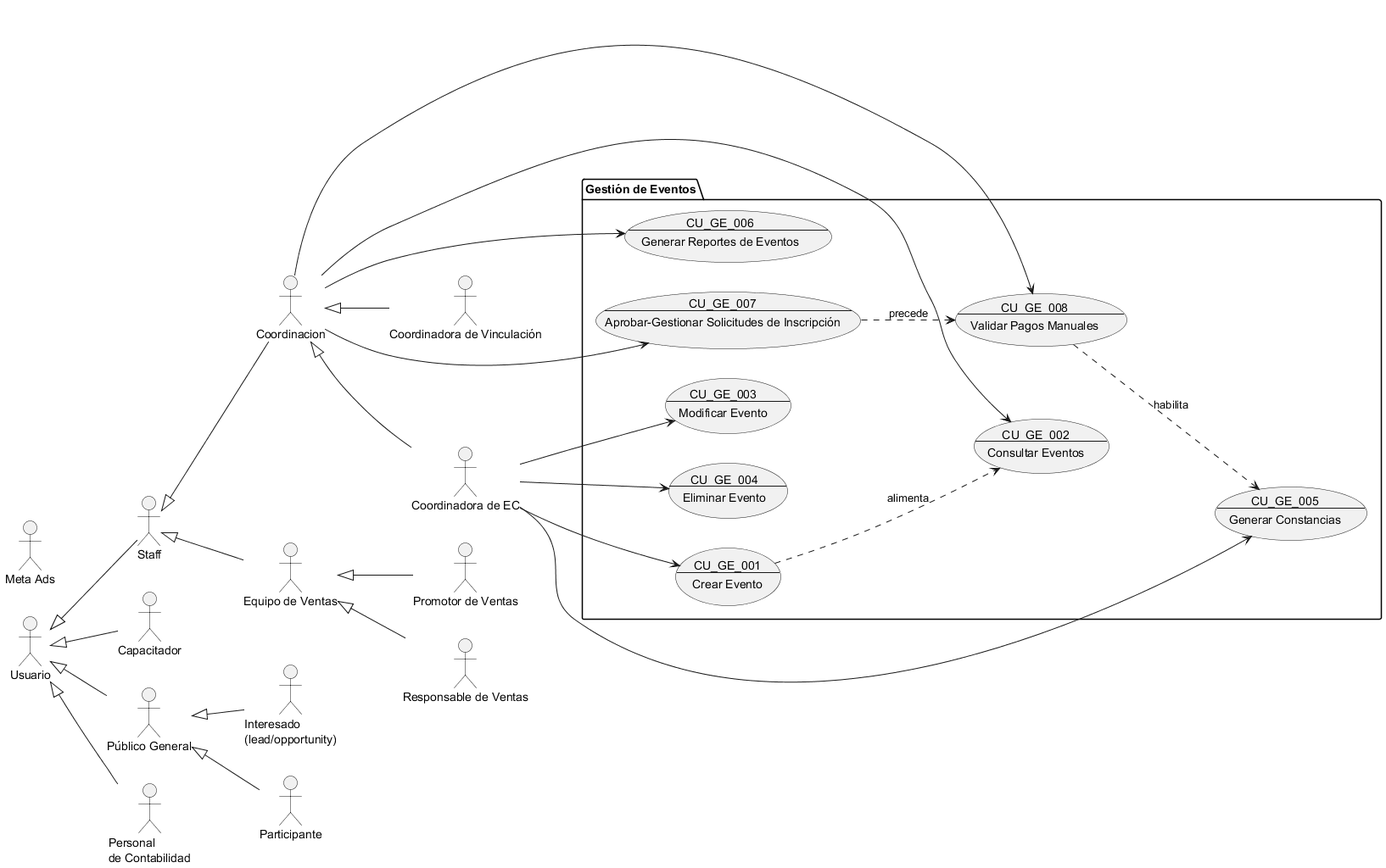
Above: Docs/Requerimientos/Diagramas/img/Gestión de Eventos.png in Proyectos-Vinculacion-FMAT/ECFCA (PlantUML), before the change. Source of this version:
```plantuml
@startuml Gestión de Eventos

!include Actores.puml

package "Gestión de Eventos" {

    usecase CU_GE_001 as "
    CU_GE_001
    ---
    Crear Evento
    "
    usecase CU_GE_002 as "
    CU_GE_002
    ---
    Consultar Eventos
    "
    usecase CU_GE_003 as "
    CU_GE_003
    ---
    Modificar Evento
    "
    usecase CU_GE_004 as "
    CU_GE_004
    ---
    Eliminar Evento
    "

    usecase CU_GE_007 as "
    CU_GE_007
    ---
    Aprobar-Gestionar Solicitudes de Inscripción
    "
    usecase CU_GE_008 as "
    CU_GE_008
    ---
    Validar Pagos Manuales
    "

    usecase CU_GE_005 as "
    CU_GE_005
    ---
    Generar Constancias
    "
    usecase CU_GE_006 as "
    CU_GE_006
    ---
    Generar Reportes de Eventos
    "
}

coordinadora_ec --> CU_GE_001
Coordinacion --> CU_GE_002
coordinadora_ec --> CU_GE_003
coordinadora_ec --> CU_GE_004

Coordinacion --> CU_GE_007
Coordinacion --> CU_GE_008

coordinadora_ec --> CU_GE_005
Coordinacion --> CU_GE_006

CU_GE_001 ..> CU_GE_002 : alimenta
CU_GE_007 ..> CU_GE_008 : precede
CU_GE_008 ..> CU_GE_005 : habilita

@enduml
```
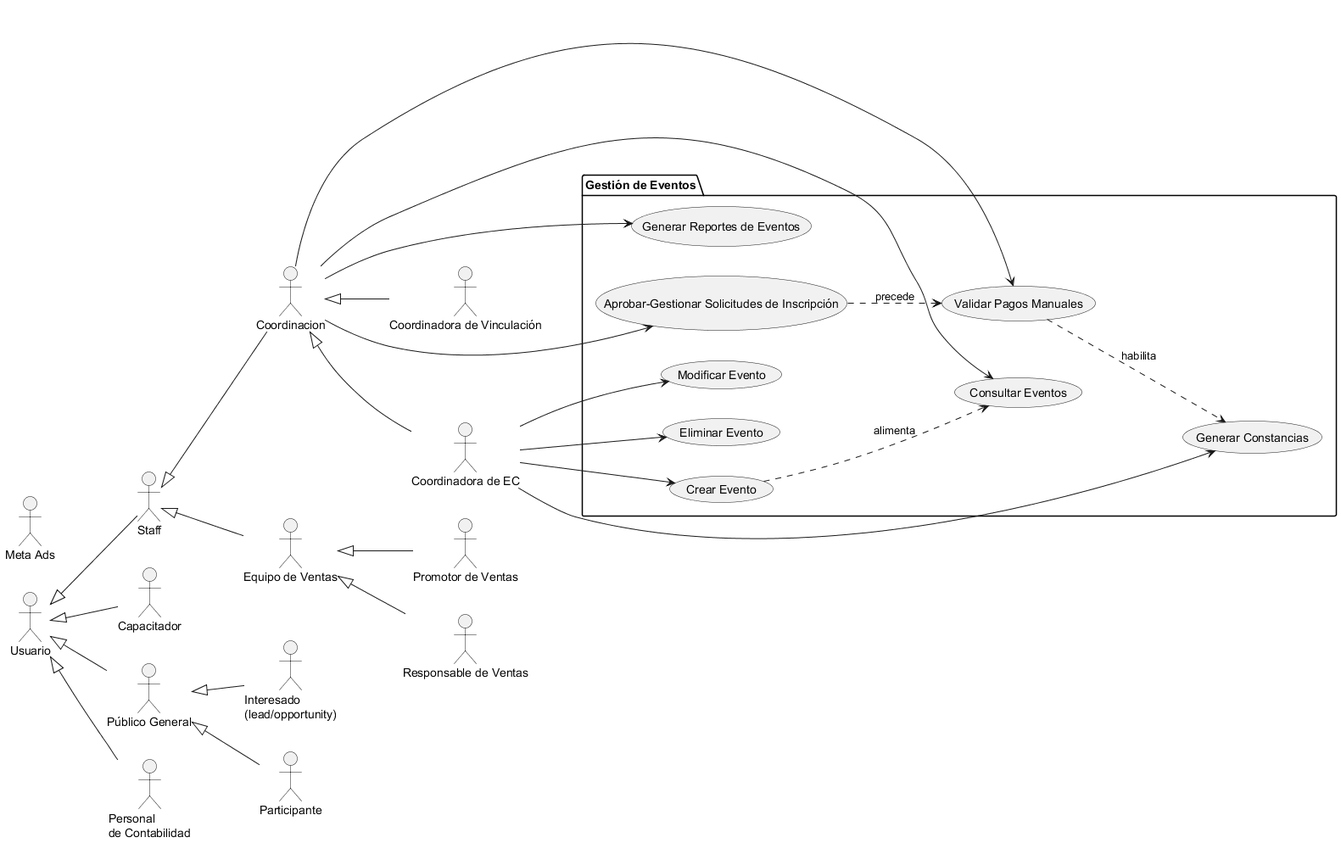
The same file after the commit.

Diff of the diagram source:
```diff
@@ -4,48 +4,16 @@
 
 package "Gestión de Eventos" {
 
-    usecase CU_GE_001 as "
-    CU_GE_001
-    ---
-    Crear Evento
-    "
-    usecase CU_GE_002 as "
-    CU_GE_002
-    ---
-    Consultar Eventos
-    "
-    usecase CU_GE_003 as "
-    CU_GE_003
-    ---
-    Modificar Evento
-    "
-    usecase CU_GE_004 as "
-    CU_GE_004
-    ---
-    Eliminar Evento
-    "
+    usecase CU_GE_001 as "Crear Evento"
+    usecase CU_GE_002 as "Consultar Eventos"
+    usecase CU_GE_003 as "Modificar Evento"
+    usecase CU_GE_004 as "Eliminar Evento"
 
-    usecase CU_GE_007 as "
-    CU_GE_007
-    ---
-    Aprobar-Gestionar Solicitudes de Inscripción
-    "
-    usecase CU_GE_008 as "
-    CU_GE_008
-    ---
-    Validar Pagos Manuales
-    "
+    usecase CU_GE_007 as "Aprobar-Gestionar Solicitudes de Inscripción"
+    usecase CU_GE_008 as "Validar Pagos Manuales"
 
-    usecase CU_GE_005 as "
-    CU_GE_005
-    ---
-    Generar Constancias
-    "
-    usecase CU_GE_006 as "
-    CU_GE_006
-    ---
-    Generar Reportes de Eventos
-    "
+    usecase CU_GE_005 as "Generar Constancias"
+    usecase CU_GE_006 as "Generar Reportes de Eventos"
 }
 
 coordinadora_ec --> CU_GE_001
```
